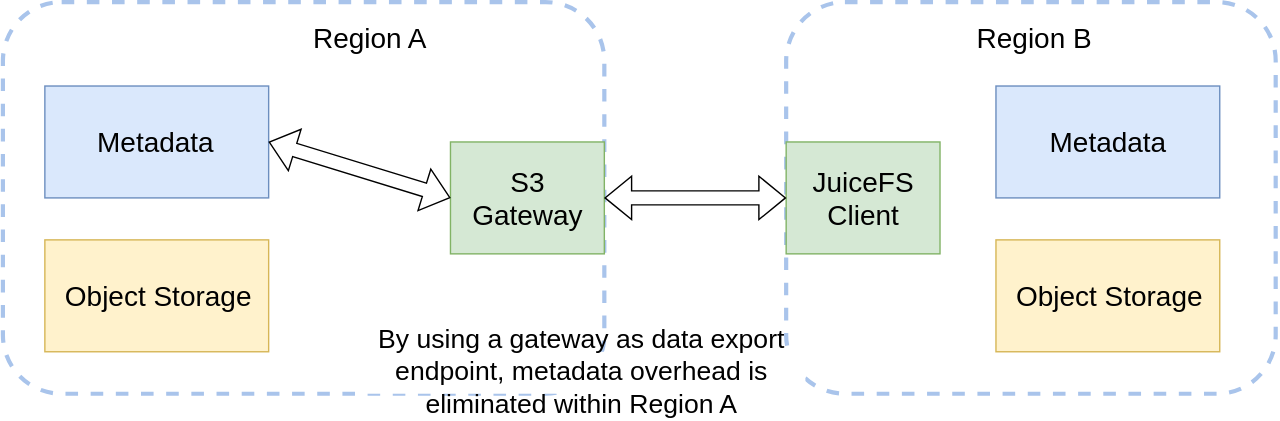
The draw.io diagram docs/en/images/sync-via-gateway.svg in juicedata/juicefs, before a commit. Source tidied: cells renumbered, new cells last; positions are measured from the earlier drawing's top-left corner, leaving out a move shared by most shapes. Source of this version:
```xml
<mxGraphModel>
  <root>
    <mxCell id="0" />
    <mxCell id="1" parent="0" />
    <mxCell id="2" style="rounded=1;whiteSpace=wrap;html=1;fillColor=none;dashed=1;strokeWidth=3;strokeColor=#A9C4EB;" parent="1" vertex="1">
      <mxGeometry x="560" width="350" height="280" as="geometry" />
    </mxCell>
    <mxCell id="3" style="rounded=0;whiteSpace=wrap;html=1;fillColor=#fff2cc;strokeColor=#d6b656;" parent="1" vertex="1">
      <mxGeometry x="710" y="170" width="160" height="80" as="geometry" />
    </mxCell>
    <mxCell id="4" value="&lt;font style=&quot;font-size: 20px;&quot;&gt;Object Storage&lt;br&gt;&lt;/font&gt;" style="text;html=1;strokeColor=none;fillColor=none;align=center;verticalAlign=middle;whiteSpace=wrap;rounded=0;" parent="1" vertex="1">
      <mxGeometry x="720" y="195" width="142.5" height="30" as="geometry" />
    </mxCell>
    <mxCell id="5" value="&lt;span style=&quot;font-size: 20px;&quot;&gt;&amp;nbsp;Region B&lt;/span&gt;" style="text;html=1;strokeColor=none;fillColor=none;align=center;verticalAlign=middle;whiteSpace=wrap;rounded=0;" parent="1" vertex="1">
      <mxGeometry x="665" y="10" width="140" height="30" as="geometry" />
    </mxCell>
    <mxCell id="6" style="rounded=0;whiteSpace=wrap;html=1;fillColor=#dae8fc;strokeColor=#6c8ebf;" parent="1" vertex="1">
      <mxGeometry x="710" y="60" width="160" height="80" as="geometry" />
    </mxCell>
    <mxCell id="7" value="&lt;font style=&quot;font-size: 20px;&quot;&gt;Metadata&lt;br&gt;&lt;/font&gt;" style="text;html=1;strokeColor=none;fillColor=none;align=center;verticalAlign=middle;whiteSpace=wrap;rounded=0;" parent="1" vertex="1">
      <mxGeometry x="727.5" y="85" width="125" height="30" as="geometry" />
    </mxCell>
    <mxCell id="8" style="rounded=0;whiteSpace=wrap;html=1;fillColor=#d5e8d4;strokeColor=#82b366;" parent="1" vertex="1">
      <mxGeometry x="560" y="100" width="110" height="80" as="geometry" />
    </mxCell>
    <mxCell id="9" value="&lt;font style=&quot;font-size: 20px;&quot;&gt;JuiceFS Client&lt;br&gt;&lt;/font&gt;" style="text;html=1;strokeColor=none;fillColor=none;align=center;verticalAlign=middle;whiteSpace=wrap;rounded=0;" parent="1" vertex="1">
      <mxGeometry x="573.8" y="125" width="82.5" height="30" as="geometry" />
    </mxCell>
    <mxCell id="10" style="rounded=1;whiteSpace=wrap;html=1;fillColor=none;dashed=1;strokeWidth=3;strokeColor=#A9C4EB;" parent="1" vertex="1">
      <mxGeometry width="430" height="280" as="geometry" />
    </mxCell>
    <mxCell id="11" style="rounded=0;whiteSpace=wrap;html=1;fillColor=#fff2cc;strokeColor=#d6b656;" parent="1" vertex="1">
      <mxGeometry x="30" y="170" width="160" height="80" as="geometry" />
    </mxCell>
    <mxCell id="12" value="&lt;font style=&quot;font-size: 20px;&quot;&gt;Object Storage&lt;br&gt;&lt;/font&gt;" style="text;html=1;strokeColor=none;fillColor=none;align=center;verticalAlign=middle;whiteSpace=wrap;rounded=0;" parent="1" vertex="1">
      <mxGeometry x="40" y="195" width="142.5" height="30" as="geometry" />
    </mxCell>
    <mxCell id="13" value="&lt;span style=&quot;font-size: 20px;&quot;&gt;&amp;nbsp;Region A&lt;/span&gt;" style="text;html=1;strokeColor=none;fillColor=none;align=center;verticalAlign=middle;whiteSpace=wrap;rounded=0;" parent="1" vertex="1">
      <mxGeometry x="190" y="10" width="140" height="30" as="geometry" />
    </mxCell>
    <mxCell id="14" style="rounded=0;whiteSpace=wrap;html=1;fillColor=#dae8fc;strokeColor=#6c8ebf;" parent="1" vertex="1">
      <mxGeometry x="30" y="60" width="160" height="80" as="geometry" />
    </mxCell>
    <mxCell id="15" value="&lt;font style=&quot;font-size: 20px;&quot;&gt;Metadata&lt;br&gt;&lt;/font&gt;" style="text;html=1;strokeColor=none;fillColor=none;align=center;verticalAlign=middle;whiteSpace=wrap;rounded=0;" parent="1" vertex="1">
      <mxGeometry x="47.5" y="85" width="125" height="30" as="geometry" />
    </mxCell>
    <mxCell id="16" style="rounded=0;whiteSpace=wrap;html=1;fillColor=#d5e8d4;strokeColor=#82b366;" parent="1" vertex="1">
      <mxGeometry x="320" y="100" width="110" height="80" as="geometry" />
    </mxCell>
    <mxCell id="17" value="&lt;font style=&quot;font-size: 20px;&quot;&gt;S3 Gateway&lt;br&gt;&lt;/font&gt;" style="text;html=1;strokeColor=none;fillColor=none;align=center;verticalAlign=middle;whiteSpace=wrap;rounded=0;" parent="1" vertex="1">
      <mxGeometry x="333.8" y="125" width="82.5" height="30" as="geometry" />
    </mxCell>
    <mxCell id="18" style="shape=flexArrow;endArrow=classic;startArrow=classic;html=1;rounded=0;exitX=1;exitY=0.5;exitDx=0;exitDy=0;entryX=0;entryY=0.5;entryDx=0;entryDy=0;" parent="1" edge="1" source="14" target="16">
      <mxGeometry relative="1" as="geometry" />
    </mxCell>
    <mxCell id="19" value="&lt;span style=&quot;font-size: 19px;&quot;&gt;By using a gateway as data export endpoint, metadata overhead is eliminated within Region A&lt;/span&gt;" style="text;html=1;strokeColor=none;fillColor=default;align=center;verticalAlign=middle;whiteSpace=wrap;rounded=0;" parent="1" vertex="1">
      <mxGeometry x="253.8" y="250" width="320" height="30" as="geometry" />
    </mxCell>
    <mxCell id="20" style="shape=flexArrow;endArrow=classic;startArrow=classic;html=1;rounded=0;entryX=0;entryY=0.5;entryDx=0;entryDy=0;exitX=1;exitY=0.5;exitDx=0;exitDy=0;" parent="1" edge="1" source="10" target="2">
      <mxGeometry relative="1" as="geometry" />
    </mxCell>
  </root>
</mxGraphModel>
```
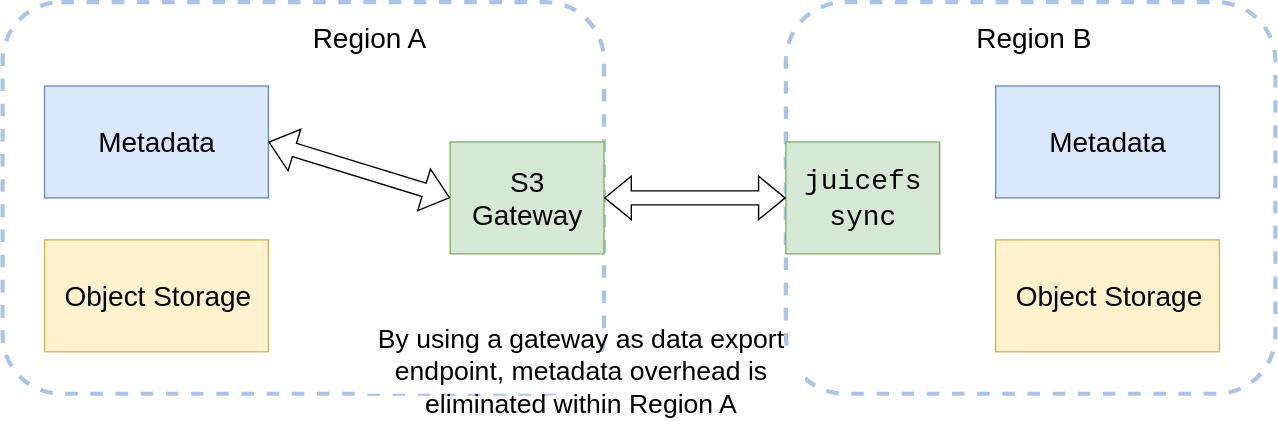
The same file after the commit.

The edit, as a diff of the source:
```diff
@@ -23,7 +23,7 @@
     <mxCell id="8" style="rounded=0;whiteSpace=wrap;html=1;fillColor=#d5e8d4;strokeColor=#82b366;" parent="1" vertex="1">
       <mxGeometry x="560" y="100" width="110" height="80" as="geometry" />
     </mxCell>
-    <mxCell id="9" value="&lt;font style=&quot;font-size: 20px;&quot;&gt;JuiceFS Client&lt;br&gt;&lt;/font&gt;" style="text;html=1;strokeColor=none;fillColor=none;align=center;verticalAlign=middle;whiteSpace=wrap;rounded=0;" parent="1" vertex="1">
+    <mxCell id="9" value="&lt;font style=&quot;font-size: 20px;&quot;&gt;&lt;font face=&quot;Courier New&quot;&gt;juicefs sync&lt;/font&gt;&lt;br&gt;&lt;/font&gt;" style="text;html=1;strokeColor=none;fillColor=none;align=center;verticalAlign=middle;whiteSpace=wrap;rounded=0;" parent="1" vertex="1">
       <mxGeometry x="573.8" y="125" width="82.5" height="30" as="geometry" />
     </mxCell>
     <mxCell id="10" style="rounded=1;whiteSpace=wrap;html=1;fillColor=none;dashed=1;strokeWidth=3;strokeColor=#A9C4EB;" parent="1" vertex="1">
```
